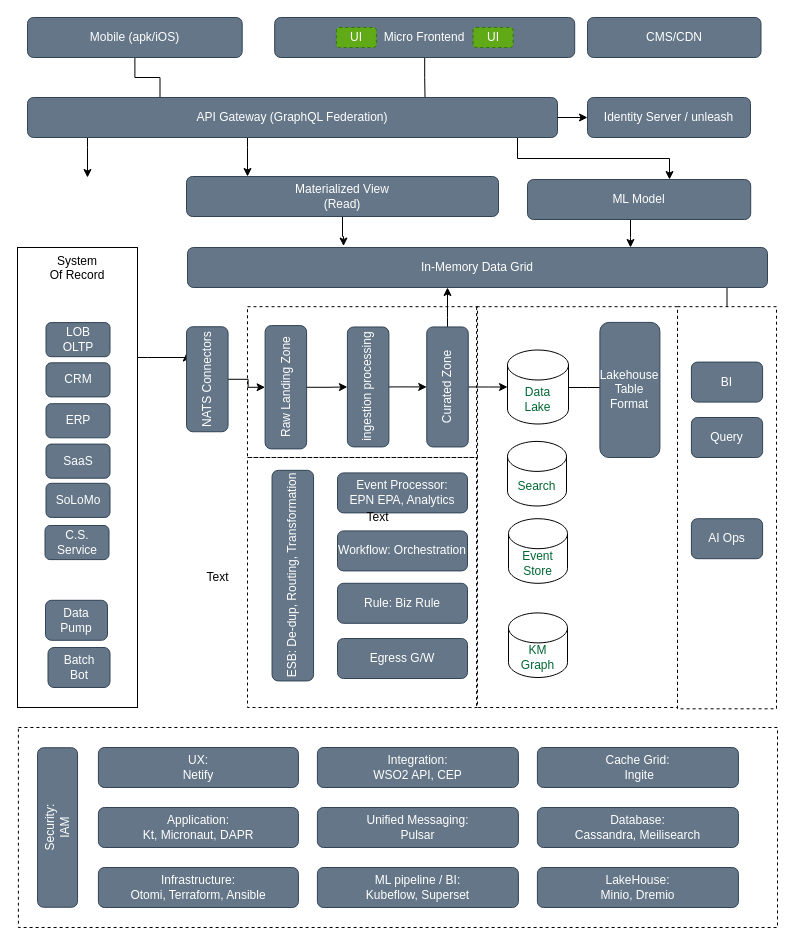
Above: master.drawio in man-chi/kata (draw.io), before the change. Source tidied: cells renumbered, new cells numbered last; positions are measured from the earlier drawing's top-left corner, leaving out a move shared by most shapes. Both pictures are drawn from the tidied source at 100%, with x=0, y=0 at pixel (-23, 17).
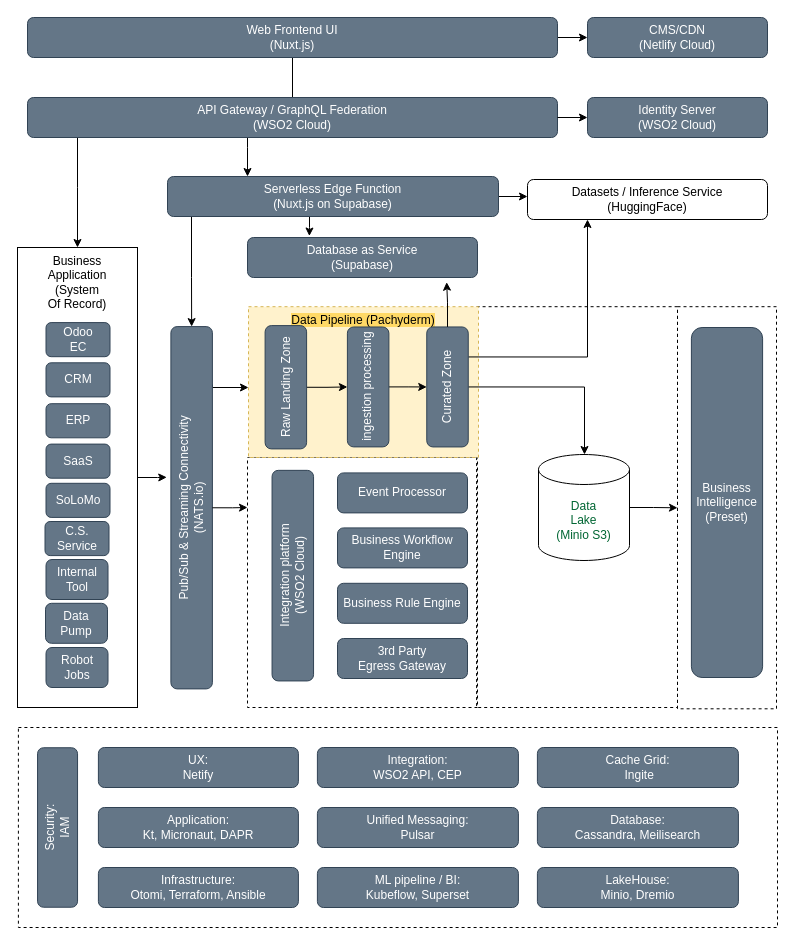
After the change.

The change refers to these unchanged cells:
```xml
<mxCell id="7" style="rounded=0;whiteSpace=wrap;html=1;align=center;verticalAlign=top;strokeColor=default;fillColor=none;dashed=1;" parent="1" vertex="1">
  <mxGeometry x="700" y="289.2" width="99" height="402.1" as="geometry" />
</mxCell>
<mxCell id="34" value="Raw Landing Zone" style="rounded=1;whiteSpace=wrap;html=1;fillColor=#647687;strokeColor=#314354;fontColor=#ffffff;rotation=-90;" parent="1" vertex="1">
  <mxGeometry x="246.7" y="349" width="123.3" height="41.5" as="geometry" />
</mxCell>
<mxCell id="39" value="Curated Zone" style="rounded=1;whiteSpace=wrap;html=1;fillColor=#647687;strokeColor=#314354;fontColor=#ffffff;rotation=-90;" parent="1" vertex="1">
  <mxGeometry x="410" y="348.7" width="120" height="41.5" as="geometry" />
</mxCell>
```

Diff of the diagram source:
```diff
@@
-    <mxCell id="4" style="edgeStyle=orthogonalEdgeStyle;rounded=0;jettySize=auto;html=1;entryX=0.25;entryY=0;entryDx=0;entryDy=0;startArrow=none;startFill=0;endArrow=none;endFill=0;" parent="1" edge="1" source="5" target="15">
-      <mxGeometry relative="1" as="geometry" />
-    </mxCell>
-    <mxCell id="5" value="Mobile (apk/iOS)" style="rounded=1;whiteSpace=wrap;html=1;fillColor=#647687;strokeColor=#314354;fontColor=#ffffff;" parent="1" vertex="1">
-      <mxGeometry x="50" width="214.7" height="40" as="geometry" />
-    </mxCell>
-    <mxCell id="6" style="edgeStyle=orthogonalEdgeStyle;rounded=0;jettySize=auto;html=1;entryX=0.924;entryY=1.029;entryDx=0;entryDy=0;entryPerimeter=0;startArrow=none;startFill=0;endArrow=classic;endFill=1;" parent="1" edge="1" source="7" target="40">
-      <mxGeometry relative="1" as="geometry" />
-    </mxCell>
@@
-    <mxCell id="9" style="rounded=0;whiteSpace=wrap;html=1;align=center;verticalAlign=top;strokeColor=default;fillColor=none;dashed=1;" parent="1" vertex="1">
-      <mxGeometry x="270" y="289.2" width="230" height="150.8" as="geometry" />
+    <mxCell id="9" value="&lt;span style=&quot;background-color: rgb(255, 217, 102);&quot;&gt;Data Pipeline (Pachyderm)&lt;/span&gt;" style="rounded=0;whiteSpace=wrap;html=1;align=center;verticalAlign=top;strokeColor=#d6b656;fillColor=#fff2cc;dashed=1;" parent="1" vertex="1">
+      <mxGeometry x="271" y="289.2" width="230" height="150.8" as="geometry" />
     </mxCell>
-    <mxCell id="10" style="edgeStyle=orthogonalEdgeStyle;rounded=0;jettySize=auto;html=1;fontColor=#000099;startArrow=none;startFill=0;endArrow=none;endFill=0;entryX=0.75;entryY=0;entryDx=0;entryDy=0;" parent="1" edge="1" source="11" target="15">
+    <mxCell id="10" style="edgeStyle=orthogonalEdgeStyle;rounded=0;jettySize=auto;html=1;fontColor=#000099;startArrow=none;startFill=0;endArrow=none;endFill=0;entryX=0.5;entryY=0;entryDx=0;entryDy=0;" parent="1" edge="1" source="11" target="15">
       <mxGeometry relative="1" as="geometry" />
     </mxCell>
+    <mxCell id="72" style="edgeStyle=orthogonalEdgeStyle;rounded=0;jettySize=auto;html=1;entryX=0;entryY=0.5;entryDx=0;entryDy=0;" parent="1" edge="1" source="11" target="58">
+      <mxGeometry relative="1" as="geometry" />
+    </mxCell>
-    <mxCell id="11" value="Micro Frontend&lt;br&gt;" style="rounded=1;whiteSpace=wrap;html=1;fillColor=#647687;strokeColor=#314354;fontColor=#ffffff;" parent="1" vertex="1">
-      <mxGeometry x="297.2" width="300" height="40" as="geometry" />
+    <mxCell id="11" value="Web Frontend UI&lt;br&gt;(Nuxt.js)" style="rounded=1;whiteSpace=wrap;html=1;fillColor=#647687;strokeColor=#314354;fontColor=#ffffff;" parent="1" vertex="1">
+      <mxGeometry x="50" width="530" height="40" as="geometry" />
     </mxCell>
-    <mxCell id="12" style="edgeStyle=orthogonalEdgeStyle;rounded=0;jettySize=auto;html=1;fontColor=#000099;startArrow=none;startFill=0;endArrow=classic;endFill=1;" parent="1" edge="1" source="15">
+    <mxCell id="12" style="edgeStyle=orthogonalEdgeStyle;rounded=0;jettySize=auto;html=1;fontColor=#000099;startArrow=none;startFill=0;endArrow=classic;endFill=1;" parent="1" edge="1" source="15" target="17">
       <mxGeometry relative="1" as="geometry">
-        <mxPoint x="110" y="160" as="targetPoint" />
         <Array as="points">
-          <mxPoint x="110" y="130" />
-          <mxPoint x="110" y="130" />
+          <mxPoint x="100" y="170" />
+          <mxPoint x="100" y="170" />
         </Array>
       </mxGeometry>
     </mxCell>
@@
-    <mxCell id="14" style="edgeStyle=orthogonalEdgeStyle;rounded=0;jettySize=auto;html=1;startArrow=none;startFill=0;endArrow=classic;endFill=1;" parent="1" edge="1" source="15" target="30">
+    <mxCell id="14" style="edgeStyle=orthogonalEdgeStyle;rounded=0;jettySize=auto;html=1;startArrow=none;startFill=0;endArrow=classic;endFill=1;exitX=1;exitY=0.5;exitDx=0;exitDy=0;" parent="1" edge="1" source="28" target="30">
       <mxGeometry relative="1" as="geometry">
         <Array as="points">
-          <mxPoint x="540" y="141" />
-          <mxPoint x="692" y="141" />
+          <mxPoint x="620" y="179" />
+          <mxPoint x="620" y="179" />
         </Array>
       </mxGeometry>
     </mxCell>
-    <mxCell id="15" value="API Gateway (GraphQL Federation)" style="rounded=1;whiteSpace=wrap;html=1;fillColor=#647687;strokeColor=#314354;fontColor=#ffffff;" parent="1" vertex="1">
+    <mxCell id="15" value="API Gateway / GraphQL Federation&lt;br&gt;(WSO2 Cloud)" style="rounded=1;whiteSpace=wrap;html=1;fillColor=#647687;strokeColor=#314354;fontColor=#ffffff;" parent="1" vertex="1">
       <mxGeometry x="50" y="80" width="530" height="40" as="geometry" />
     </mxCell>
-    <mxCell id="16" style="edgeStyle=orthogonalEdgeStyle;rounded=0;jettySize=auto;html=1;entryX=0.75;entryY=0;entryDx=0;entryDy=0;fontColor=#000099;startArrow=none;startFill=0;endArrow=classic;endFill=1;" parent="1" edge="1" source="17" target="26">
-      <mxGeometry relative="1" as="geometry">
-        <Array as="points">
-          <mxPoint x="170" y="340" />
-          <mxPoint x="170" y="340" />
-        </Array>
-      </mxGeometry>
-    </mxCell>
-    <mxCell id="17" value="System&lt;br&gt;Of Record" style="rounded=0;whiteSpace=wrap;html=1;align=center;verticalAlign=top;" parent="1" vertex="1">
+    <mxCell id="17" value="Business&lt;br&gt;Application&lt;br&gt;(System&lt;br&gt;Of Record)" style="rounded=0;whiteSpace=wrap;html=1;align=center;verticalAlign=top;" parent="1" vertex="1">
       <mxGeometry x="40" y="230" width="120" height="460" as="geometry" />
     </mxCell>
     <mxCell id="18" value="C.S. Service" style="rounded=1;whiteSpace=wrap;html=1;fillColor=#647687;strokeColor=#314354;fontColor=#ffffff;" parent="17" vertex="1">
-      <mxGeometry x="27.5" y="278" width="64" height="34.1" as="geometry" />
+      <mxGeometry x="27.5" y="274" width="64" height="34.1" as="geometry" />
     </mxCell>
-    <mxCell id="19" value="LOB&lt;br&gt;OLTP" style="rounded=1;whiteSpace=wrap;html=1;fillColor=#647687;strokeColor=#314354;fontColor=#ffffff;" parent="17" vertex="1">
+    <mxCell id="19" value="Odoo&lt;br&gt;EC" style="rounded=1;whiteSpace=wrap;html=1;fillColor=#647687;strokeColor=#314354;fontColor=#ffffff;" parent="17" vertex="1">
       <mxGeometry x="28.5" y="75.1" width="64" height="34.1" as="geometry" />
     </mxCell>
@@
-    <mxCell id="24" value="Batch&lt;br&gt;Bot" style="rounded=1;whiteSpace=wrap;html=1;fillColor=#647687;strokeColor=#314354;fontColor=#ffffff;" parent="17" vertex="1">
-      <mxGeometry x="30.5" y="400" width="62" height="40" as="geometry" />
+    <mxCell id="24" value="Robot&lt;br&gt;Jobs" style="rounded=1;whiteSpace=wrap;html=1;fillColor=#647687;strokeColor=#314354;fontColor=#ffffff;" parent="17" vertex="1">
+      <mxGeometry x="28.5" y="400" width="62" height="40" as="geometry" />
     </mxCell>
+    <mxCell id="73" value="Internal&lt;br&gt;Tool" style="rounded=1;whiteSpace=wrap;html=1;fillColor=#647687;strokeColor=#314354;fontColor=#ffffff;" parent="17" vertex="1">
+      <mxGeometry x="28.5" y="312" width="62" height="40" as="geometry" />
+    </mxCell>
-    <mxCell id="25" style="edgeStyle=orthogonalEdgeStyle;rounded=0;jettySize=auto;html=1;entryX=0.5;entryY=0;entryDx=0;entryDy=0;fontColor=#000099;startArrow=none;startFill=0;endArrow=classic;endFill=1;" parent="1" edge="1" source="26" target="34">
-      <mxGeometry relative="1" as="geometry" />
+    <mxCell id="25" style="edgeStyle=orthogonalEdgeStyle;rounded=0;jettySize=auto;html=1;fontColor=#000099;startArrow=none;startFill=0;endArrow=classic;endFill=1;exitX=0.84;exitY=1;exitDx=0;exitDy=0;exitPerimeter=0;" parent="1" edge="1" source="26">
+      <mxGeometry relative="1" as="geometry">
+        <mxPoint x="271" y="370" as="targetPoint" />
+        <Array as="points">
+          <mxPoint x="235" y="370" />
+        </Array>
+      </mxGeometry>
     </mxCell>
-    <mxCell id="26" value="NATS Connectors" style="rounded=1;whiteSpace=wrap;html=1;fillColor=#647687;strokeColor=#314354;fontColor=#ffffff;rotation=-90;" parent="1" vertex="1">
-      <mxGeometry x="177.3" y="341" width="105" height="41.5" as="geometry" />
+    <mxCell id="26" value="Pub/Sub &amp;amp; Streaming Connectivity &lt;br&gt;(NATS.io)" style="rounded=1;whiteSpace=wrap;html=1;fillColor=#647687;strokeColor=#314354;fontColor=#ffffff;rotation=-90;" parent="1" vertex="1">
+      <mxGeometry x="33" y="469.5" width="362.3" height="41.5" as="geometry" />
     </mxCell>
     <mxCell id="27" style="edgeStyle=orthogonalEdgeStyle;rounded=0;jettySize=auto;html=1;fontColor=#000099;startArrow=none;startFill=0;endArrow=classic;endFill=1;entryX=0.269;entryY=-0.037;entryDx=0;entryDy=0;entryPerimeter=0;" parent="1" edge="1" source="28" target="40">
-      <mxGeometry relative="1" as="geometry" />
+      <mxGeometry relative="1" as="geometry">
+        <Array as="points">
+          <mxPoint x="332" y="210" />
+          <mxPoint x="332" y="210" />
+        </Array>
+      </mxGeometry>
     </mxCell>
+    <mxCell id="74" style="edgeStyle=orthogonalEdgeStyle;rounded=0;jettySize=auto;html=1;entryX=1;entryY=0.5;entryDx=0;entryDy=0;" parent="1" edge="1" source="28" target="26">
+      <mxGeometry relative="1" as="geometry">
+        <Array as="points">
+          <mxPoint x="214" y="260" />
+          <mxPoint x="214" y="260" />
+        </Array>
+      </mxGeometry>
+    </mxCell>
-    <mxCell id="28" value="Materialized View&lt;br&gt;(Read)" style="rounded=1;whiteSpace=wrap;html=1;fillColor=#647687;strokeColor=#314354;fontColor=#ffffff;" parent="1" vertex="1">
-      <mxGeometry x="209" y="159" width="312" height="40" as="geometry" />
+    <mxCell id="28" value="Serverless Edge Function&lt;br&gt;(Nuxt.js on Supabase)" style="rounded=1;whiteSpace=wrap;html=1;fillColor=#647687;strokeColor=#314354;fontColor=#ffffff;" parent="1" vertex="1">
+      <mxGeometry x="190" y="159" width="331" height="40" as="geometry" />
     </mxCell>
-    <mxCell id="29" style="edgeStyle=orthogonalEdgeStyle;rounded=0;jettySize=auto;html=1;startArrow=none;startFill=0;endArrow=classic;endFill=1;" parent="1" edge="1" source="30" target="40">
-      <mxGeometry relative="1" as="geometry">
-        <Array as="points">
-          <mxPoint x="653" y="220" />
-          <mxPoint x="653" y="220" />
-        </Array>
-      </mxGeometry>
-    </mxCell>
-    <mxCell id="30" value="ML Model" style="rounded=1;whiteSpace=wrap;html=1;fillColor=#647687;strokeColor=#314354;fontColor=#ffffff;" parent="1" vertex="1">
-      <mxGeometry x="550" y="162" width="223.2" height="40" as="geometry" />
+    <mxCell id="30" value="Datasets / Inference Service&lt;br&gt;(HuggingFace)" style="rounded=1;whiteSpace=wrap;html=1;" parent="1" vertex="1">
+      <mxGeometry x="550" y="162" width="240" height="40" as="geometry" />
     </mxCell>
-    <mxCell id="31" value="UI" style="rounded=1;whiteSpace=wrap;html=1;dashed=1;fillStyle=auto;fontColor=#ffffff;fillColor=#60a917;strokeColor=#2D7600;" parent="1" vertex="1">
-      <mxGeometry x="495.6" y="10" width="40" height="20" as="geometry" />
-    </mxCell>
-    <mxCell id="32" value="UI" style="rounded=1;whiteSpace=wrap;html=1;dashed=1;fillStyle=auto;fontColor=#ffffff;fillColor=#60a917;strokeColor=#2D7600;" parent="1" vertex="1">
-      <mxGeometry x="358.9" y="10" width="40" height="20" as="geometry" />
-    </mxCell>
@@
-    <mxCell id="37" style="edgeStyle=orthogonalEdgeStyle;rounded=0;jettySize=auto;html=1;fontColor=#006633;startArrow=none;startFill=0;endArrow=classic;endFill=1;" parent="1" edge="1" source="39" target="40">
-      <mxGeometry relative="1" as="geometry">
-        <Array as="points">
-          <mxPoint x="470" y="300" />
-          <mxPoint x="470" y="300" />
-        </Array>
-      </mxGeometry>
-    </mxCell>
-    <mxCell id="38" style="edgeStyle=orthogonalEdgeStyle;rounded=0;jettySize=auto;html=1;entryX=0;entryY=0.5;entryDx=0;entryDy=0;entryPerimeter=0;fontColor=#000099;startArrow=none;startFill=0;endArrow=classic;endFill=1;" parent="1" edge="1" source="39" target="41">
-      <mxGeometry relative="1" as="geometry" />
+    <mxCell id="38" style="edgeStyle=orthogonalEdgeStyle;rounded=0;jettySize=auto;html=1;fontColor=#000099;startArrow=none;startFill=0;endArrow=classic;endFill=1;exitX=0.5;exitY=1;exitDx=0;exitDy=0;" parent="1" edge="1" source="39" target="41">
+      <mxGeometry relative="1" as="geometry">
+        <Array as="points">
+          <mxPoint x="607" y="370" />
+        </Array>
+      </mxGeometry>
     </mxCell>
+    <mxCell id="75" style="edgeStyle=orthogonalEdgeStyle;rounded=0;jettySize=auto;html=1;entryX=0.25;entryY=1;entryDx=0;entryDy=0;exitX=0.75;exitY=1;exitDx=0;exitDy=0;" parent="1" edge="1" source="39" target="30">
+      <mxGeometry relative="1" as="geometry">
+        <Array as="points">
+          <mxPoint x="610" y="340" />
+        </Array>
+      </mxGeometry>
+    </mxCell>
@@
-    <mxCell id="40" value="In-Memory Data Grid" style="rounded=1;whiteSpace=wrap;html=1;fillColor=#647687;strokeColor=#314354;fontColor=#ffffff;" parent="1" vertex="1">
-      <mxGeometry x="210" y="230" width="580" height="40" as="geometry" />
+    <mxCell id="40" value="Database as Service&lt;br&gt;(Supabase)" style="rounded=1;whiteSpace=wrap;html=1;fillColor=#647687;strokeColor=#314354;fontColor=#ffffff;" parent="1" vertex="1">
+      <mxGeometry x="270" y="220" width="230" height="40" as="geometry" />
     </mxCell>
+    <mxCell id="76" style="edgeStyle=orthogonalEdgeStyle;rounded=0;jettySize=auto;html=1;" parent="1" edge="1" source="41" target="7">
+      <mxGeometry relative="1" as="geometry" />
+    </mxCell>
-    <mxCell id="41" value="Data&lt;br&gt;Lake" style="shape=cylinder3;whiteSpace=wrap;html=1;boundedLbl=1;backgroundOutline=1;size=15;fillStyle=auto;fontColor=#006633;fillColor=default;" parent="1" vertex="1">
-      <mxGeometry x="530" y="332.5" width="61" height="74" as="geometry" />
+    <mxCell id="41" value="Data&lt;br&gt;Lake&lt;br&gt;(Minio S3)" style="shape=cylinder3;whiteSpace=wrap;html=1;boundedLbl=1;backgroundOutline=1;size=15;fillStyle=auto;fontColor=#006633;fillColor=default;" parent="1" vertex="1">
+      <mxGeometry x="561" y="437" width="91" height="106" as="geometry" />
     </mxCell>
-    <mxCell id="42" style="edgeStyle=orthogonalEdgeStyle;rounded=0;jettySize=auto;html=1;startArrow=none;startFill=0;endArrow=none;endFill=0;" parent="1" edge="1" source="43" target="41">
-      <mxGeometry relative="1" as="geometry">
-        <Array as="points">
-          <mxPoint x="610" y="370" />
-          <mxPoint x="610" y="370" />
-        </Array>
-      </mxGeometry>
-    </mxCell>
-    <mxCell id="43" value="Lakehouse&lt;br&gt;Table Format" style="rounded=1;whiteSpace=wrap;html=1;fillColor=#647687;strokeColor=#314354;fontColor=#ffffff;" parent="1" vertex="1">
-      <mxGeometry x="622.4" y="304.9" width="60" height="135.1" as="geometry" />
-    </mxCell>
-    <mxCell id="44" value="Rule: Biz Rule" style="rounded=1;whiteSpace=wrap;html=1;fillColor=#647687;strokeColor=#314354;fontColor=#ffffff;" parent="1" vertex="1">
+    <mxCell id="44" value="Business Rule Engine" style="rounded=1;whiteSpace=wrap;html=1;fillColor=#647687;strokeColor=#314354;fontColor=#ffffff;" parent="1" vertex="1">
       <mxGeometry x="360" y="565.8" width="130" height="40" as="geometry" />
     </mxCell>
-    <mxCell id="45" value="Workflow: Orchestration" style="rounded=1;whiteSpace=wrap;html=1;fillColor=#647687;strokeColor=#314354;fontColor=#ffffff;" parent="1" vertex="1">
-      <mxGeometry x="360" y="513.4" width="130" height="40" as="geometry" />
+    <mxCell id="45" value="Business Workflow&lt;br&gt;Engine" style="rounded=1;whiteSpace=wrap;html=1;fillColor=#647687;strokeColor=#314354;fontColor=#ffffff;" parent="1" vertex="1">
+      <mxGeometry x="360" y="510.4" width="130" height="40" as="geometry" />
     </mxCell>
-    <mxCell id="46" value="Event Processor: &lt;br&gt;EPN EPA, Analytics" style="rounded=1;whiteSpace=wrap;html=1;fillColor=#647687;strokeColor=#314354;fontColor=#ffffff;" parent="1" vertex="1">
+    <mxCell id="46" value="Event Processor" style="rounded=1;whiteSpace=wrap;html=1;fillColor=#647687;strokeColor=#314354;fontColor=#ffffff;" parent="1" vertex="1">
       <mxGeometry x="360" y="455.4" width="130" height="40" as="geometry" />
     </mxCell>
-    <mxCell id="47" value="Query" style="rounded=1;whiteSpace=wrap;html=1;fillColor=#647687;strokeColor=#314354;fontColor=#ffffff;" parent="1" vertex="1">
-      <mxGeometry x="713.9" y="400" width="71.2" height="40" as="geometry" />
-    </mxCell>
-    <mxCell id="48" value="ESB: De-dup, Routing, Transformation" style="rounded=1;whiteSpace=wrap;html=1;fillColor=#647687;strokeColor=#314354;fontColor=#ffffff;rotation=-90;" parent="1" vertex="1">
+    <mxCell id="48" value="Integration platform&lt;br&gt;(WSO2 Cloud)" style="rounded=1;whiteSpace=wrap;html=1;fillColor=#647687;strokeColor=#314354;fontColor=#ffffff;rotation=-90;" parent="1" vertex="1">
       <mxGeometry x="210" y="537.4" width="210.6" height="41.5" as="geometry" />
     </mxCell>
@@
-    <mxCell id="50" value="Identity Server / unleash" style="rounded=1;whiteSpace=wrap;html=1;fillColor=#647687;strokeColor=#314354;fontColor=#ffffff;" parent="1" vertex="1">
-      <mxGeometry x="610" y="80" width="163" height="40" as="geometry" />
+    <mxCell id="50" value="Identity Server&lt;br&gt;(WSO2 Cloud)" style="rounded=1;whiteSpace=wrap;html=1;fillColor=#647687;strokeColor=#314354;fontColor=#ffffff;" parent="1" vertex="1">
+      <mxGeometry x="610" y="80" width="180" height="40" as="geometry" />
     </mxCell>
-    <mxCell id="51" value="Egress G/W" style="rounded=1;whiteSpace=wrap;html=1;fillColor=#647687;strokeColor=#314354;fontColor=#ffffff;" parent="1" vertex="1">
+    <mxCell id="51" value="3rd Party &lt;br&gt;Egress Gateway" style="rounded=1;whiteSpace=wrap;html=1;fillColor=#647687;strokeColor=#314354;fontColor=#ffffff;" parent="1" vertex="1">
       <mxGeometry x="360" y="621" width="130" height="40" as="geometry" />
     </mxCell>
-    <mxCell id="52" value="BI" style="rounded=1;whiteSpace=wrap;html=1;fillColor=#647687;strokeColor=#314354;fontColor=#ffffff;" parent="1" vertex="1">
-      <mxGeometry x="713.9" y="344.6" width="71.2" height="40" as="geometry" />
+    <mxCell id="52" value="Business&lt;br&gt;Intelligence&lt;br&gt;(Preset)" style="rounded=1;whiteSpace=wrap;html=1;fillColor=#647687;strokeColor=#314354;fontColor=#ffffff;" parent="1" vertex="1">
+      <mxGeometry x="713.9" y="310" width="71.2" height="350" as="geometry" />
     </mxCell>
     <mxCell id="53" value="Data&lt;br&gt;Pump" style="rounded=1;whiteSpace=wrap;html=1;fillColor=#647687;strokeColor=#314354;fontColor=#ffffff;" parent="1" vertex="1">
-      <mxGeometry x="68" y="582.8" width="62" height="40" as="geometry" />
+      <mxGeometry x="68" y="585.8" width="62" height="40" as="geometry" />
     </mxCell>
@@
-    <mxCell id="55" value="Search" style="shape=cylinder3;whiteSpace=wrap;html=1;boundedLbl=1;backgroundOutline=1;size=15;fillStyle=auto;fontColor=#006633;fillColor=default;" parent="1" vertex="1">
-      <mxGeometry x="530" y="423.9" width="59" height="64.6" as="geometry" />
-    </mxCell>
-    <mxCell id="56" value="Event&lt;br&gt;Store" style="shape=cylinder3;whiteSpace=wrap;html=1;boundedLbl=1;backgroundOutline=1;size=15;fillStyle=auto;fontColor=#006633;fillColor=default;" parent="1" vertex="1">
-      <mxGeometry x="531" y="501.2" width="59" height="64.6" as="geometry" />
-    </mxCell>
-    <mxCell id="57" value="KM&lt;br&gt;Graph" style="shape=cylinder3;whiteSpace=wrap;html=1;boundedLbl=1;backgroundOutline=1;size=15;fillStyle=auto;fontColor=#006633;fillColor=default;" parent="1" vertex="1">
-      <mxGeometry x="531" y="595.4" width="59" height="64.6" as="geometry" />
-    </mxCell>
-    <mxCell id="58" value="CMS/CDN" style="rounded=1;whiteSpace=wrap;html=1;fillColor=#647687;strokeColor=#314354;fontColor=#ffffff;" parent="1" vertex="1">
-      <mxGeometry x="610" width="173.5" height="40" as="geometry" />
+    <mxCell id="58" value="CMS/CDN&lt;br&gt;(Netlify Cloud)" style="rounded=1;whiteSpace=wrap;html=1;fillColor=#647687;strokeColor=#314354;fontColor=#ffffff;" parent="1" vertex="1">
+      <mxGeometry x="610" width="180" height="40" as="geometry" />
     </mxCell>
@@
-    <mxCell id="69" value="AI Ops" style="rounded=1;whiteSpace=wrap;html=1;fillColor=#647687;strokeColor=#314354;fontColor=#ffffff;" parent="1" vertex="1">
-      <mxGeometry x="713.9" y="501.2" width="71.2" height="40" as="geometry" />
-    </mxCell>
-    <mxCell id="70" value="Text" style="text;html=1;align=center;verticalAlign=middle;fillColor=none;strokeColor=none;rounded=0;" parent="1" vertex="1">
-      <mxGeometry x="375" y="485" width="50" height="30" as="geometry" />
-    </mxCell>
-    <mxCell id="71" value="Text" style="text;html=1;align=center;verticalAlign=middle;fillColor=none;strokeColor=none;rounded=0;" parent="1" vertex="1">
-      <mxGeometry x="215" y="545" width="50" height="30" as="geometry" />
-    </mxCell>
+    <mxCell id="16" style="edgeStyle=orthogonalEdgeStyle;rounded=0;jettySize=auto;html=1;entryX=0.584;entryY=-0.1;entryDx=0;entryDy=0;entryPerimeter=0;" parent="1" edge="1" source="17" target="26">
+      <mxGeometry relative="1" as="geometry" />
+    </mxCell>
+    <mxCell id="77" style="edgeStyle=orthogonalEdgeStyle;rounded=0;jettySize=auto;html=1;" parent="1" edge="1" source="26">
+      <mxGeometry relative="1" as="geometry">
+        <mxPoint x="270" y="490" as="targetPoint" />
+      </mxGeometry>
+    </mxCell>
+    <mxCell id="37" style="edgeStyle=orthogonalEdgeStyle;rounded=0;jettySize=auto;html=1;entryX=0.866;entryY=1.118;entryDx=0;entryDy=0;entryPerimeter=0;" parent="1" edge="1" source="39" target="40">
+      <mxGeometry relative="1" as="geometry" />
+    </mxCell>
```
